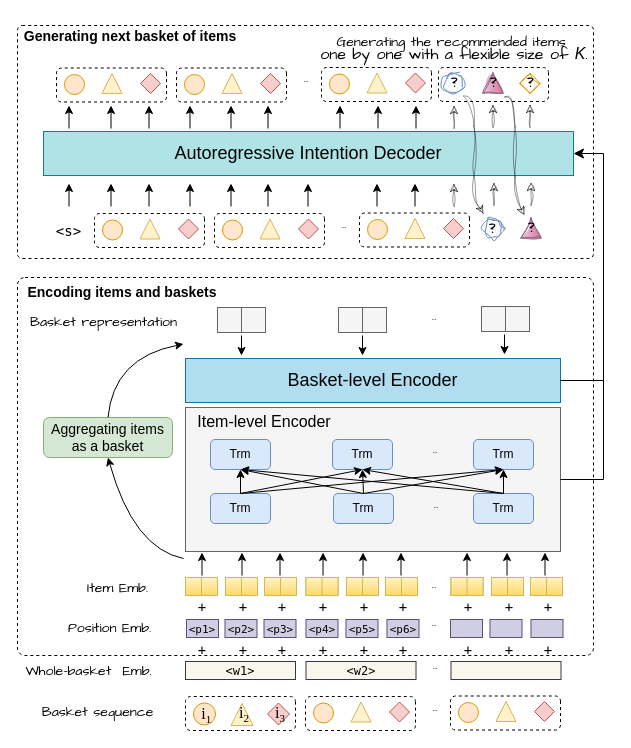
wenqisun/data keeps this draw.io diagram as architect.drawio. Above is the earlier version. Source tidied: cells renumbered, new cells numbered last; positions are measured from the earlier drawing's top-left corner, leaving out a move shared by most shapes. Both pictures are drawn from the tidied source at 100%, with x=0, y=0 at pixel (17, 17).
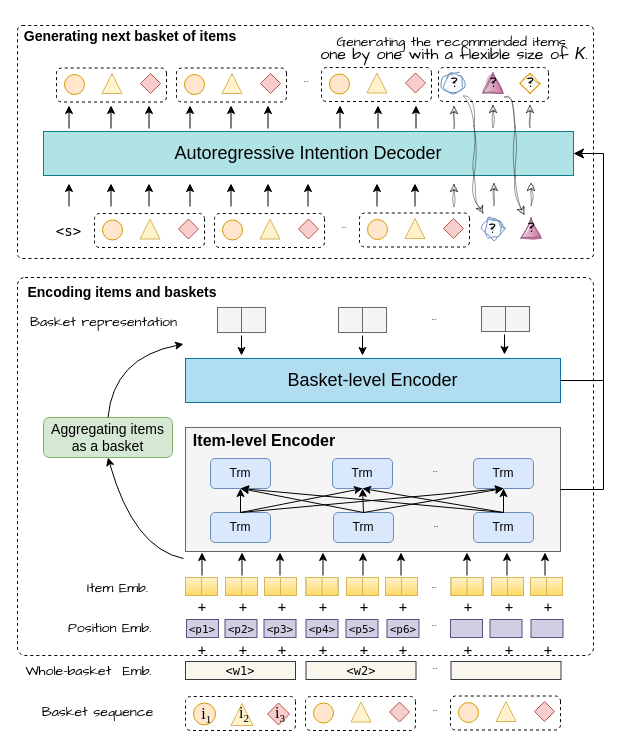
The same diagram, later.

The edit, as a diff of the source:
```diff
@@
     <mxCell id="15" style="rounded=0;whiteSpace=wrap;html=1;fillColor=#f5f5f5;fontColor=#333333;strokeColor=#666666;" parent="1" vertex="1">
-      <mxGeometry x="168" y="390" width="375" height="144" as="geometry" />
+      <mxGeometry x="168" y="410" width="375" height="124" as="geometry" />
     </mxCell>
@@
     <mxCell id="174" value="Trm" style="rounded=1;whiteSpace=wrap;html=1;fillColor=#dae8fc;strokeColor=#6c8ebf;" parent="1" vertex="1">
-      <mxGeometry x="193" y="422" width="60" height="30" as="geometry" />
+      <mxGeometry x="193" y="441" width="60" height="30" as="geometry" />
     </mxCell>
     <mxCell id="175" value="Trm" style="rounded=1;whiteSpace=wrap;html=1;fillColor=#dae8fc;strokeColor=#6c8ebf;" parent="1" vertex="1">
-      <mxGeometry x="315" y="422" width="60" height="30" as="geometry" />
+      <mxGeometry x="315" y="441" width="60" height="30" as="geometry" />
     </mxCell>
     <mxCell id="176" value="Trm" style="rounded=1;whiteSpace=wrap;html=1;fillColor=#dae8fc;strokeColor=#6c8ebf;" parent="1" vertex="1">
-      <mxGeometry x="456" y="422" width="60" height="30" as="geometry" />
+      <mxGeometry x="456" y="441" width="60" height="30" as="geometry" />
     </mxCell>
     <mxCell id="177" value="Trm" style="rounded=1;whiteSpace=wrap;html=1;fillColor=#dae8fc;strokeColor=#6c8ebf;" parent="1" vertex="1">
-      <mxGeometry x="193" y="476" width="60" height="30" as="geometry" />
+      <mxGeometry x="193" y="495" width="60" height="30" as="geometry" />
     </mxCell>
     <mxCell id="178" value="Trm" style="rounded=1;whiteSpace=wrap;html=1;fillColor=#dae8fc;strokeColor=#6c8ebf;" parent="1" vertex="1">
-      <mxGeometry x="316" y="476" width="60" height="30" as="geometry" />
+      <mxGeometry x="316" y="495" width="60" height="30" as="geometry" />
     </mxCell>
     <mxCell id="179" value="Trm" style="rounded=1;whiteSpace=wrap;html=1;fillColor=#dae8fc;strokeColor=#6c8ebf;" parent="1" vertex="1">
-      <mxGeometry x="456" y="476" width="60" height="30" as="geometry" />
+      <mxGeometry x="456" y="495" width="60" height="30" as="geometry" />
     </mxCell>
     <mxCell id="180" value="&lt;p style=&quot;line-height: 0%;&quot;&gt;&lt;font face=&quot;Comic Sans MS&quot;&gt;&lt;span style=&quot;font-size: 11px;&quot;&gt;...&lt;/span&gt;&lt;/font&gt;&lt;/p&gt;" style="text;strokeColor=none;align=center;fillColor=none;html=1;verticalAlign=middle;whiteSpace=wrap;rounded=0;dashed=1;" parent="1" vertex="1">
-      <mxGeometry x="403" y="417" width="30" height="30" as="geometry" />
+      <mxGeometry x="403" y="436" width="30" height="30" as="geometry" />
     </mxCell>
     <mxCell id="181" value="&lt;p style=&quot;line-height: 0%;&quot;&gt;&lt;font face=&quot;Comic Sans MS&quot;&gt;&lt;span style=&quot;font-size: 11px;&quot;&gt;...&lt;/span&gt;&lt;/font&gt;&lt;/p&gt;" style="text;strokeColor=none;align=center;fillColor=none;html=1;verticalAlign=middle;whiteSpace=wrap;rounded=0;dashed=1;" parent="1" vertex="1">
-      <mxGeometry x="404" y="472" width="30" height="30" as="geometry" />
+      <mxGeometry x="404" y="491" width="30" height="30" as="geometry" />
     </mxCell>
@@
-    <mxCell id="191" value="&lt;font style=&quot;font-size: 16px;&quot;&gt;Item-level Encoder&lt;/font&gt;" style="text;strokeColor=none;align=center;fillColor=none;html=1;verticalAlign=middle;whiteSpace=wrap;rounded=0;" parent="1" vertex="1">
-      <mxGeometry x="167" y="389" width="160" height="30" as="geometry" />
+    <mxCell id="191" value="&lt;font style=&quot;font-size: 16px;&quot;&gt;&lt;b&gt;Item-level Encoder&lt;/b&gt;&lt;/font&gt;" style="text;strokeColor=none;align=center;fillColor=none;html=1;verticalAlign=middle;whiteSpace=wrap;rounded=0;" parent="1" vertex="1">
+      <mxGeometry x="167" y="408" width="160" height="30" as="geometry" />
     </mxCell>
```
